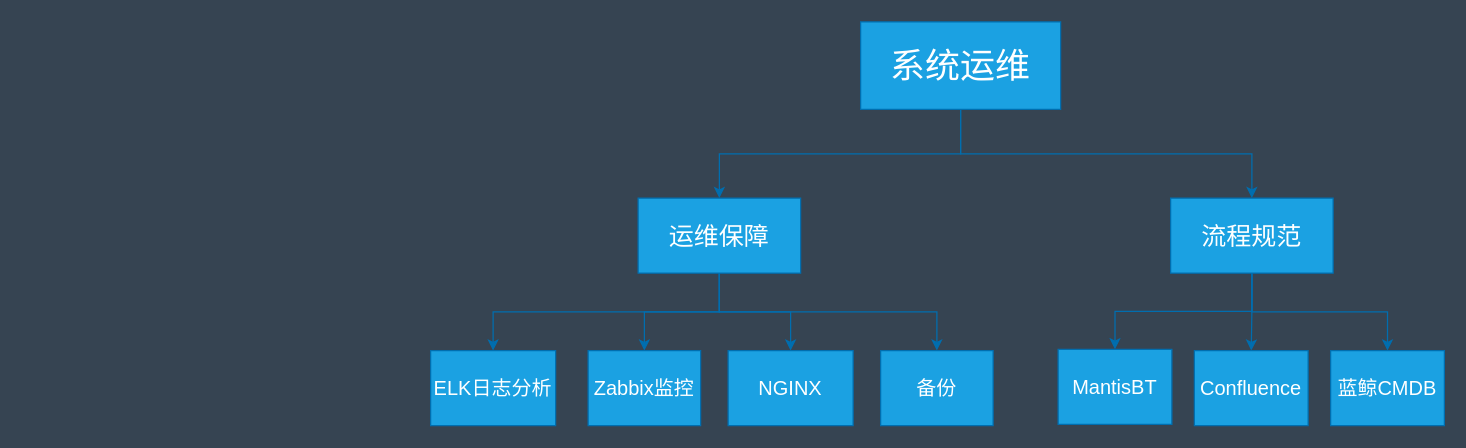
The draw.io diagram sccin_architecture.drawio in Qiwei-Ran/MyRepository, before the edit. Source tidied: cells renumbered, new cells numbered last; positions are measured from the earlier drawing's top-left corner, leaving out a move shared by most shapes. Both pictures are drawn from the tidied source at 125%, with x=0, y=0 at pixel (430, 21).
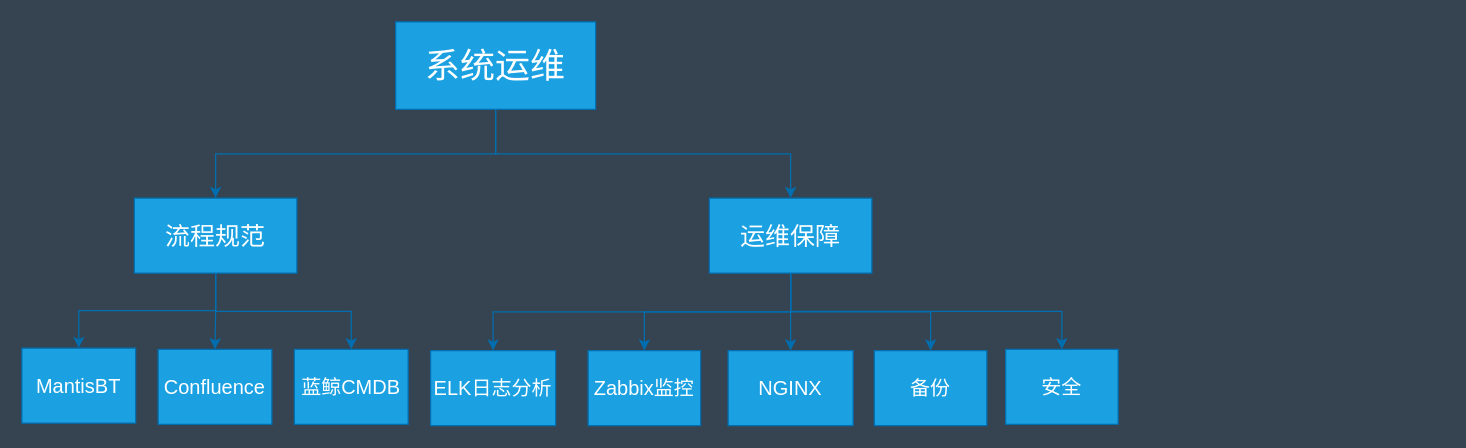
Above is the later version.

Change to the diagram source:
```diff
@@
     <mxCell id="4" value="&lt;font style=&quot;font-size: 28px&quot;&gt;系统运维&lt;/font&gt;" style="rounded=0;whiteSpace=wrap;html=1;fillColor=#1ba1e2;strokeColor=#006EAF;fontColor=#ffffff;" parent="1" vertex="1">
-      <mxGeometry x="344" width="160" height="70" as="geometry" />
+      <mxGeometry x="-28" width="160" height="70" as="geometry" />
     </mxCell>
@@
+    <mxCell id="21" style="edgeStyle=orthogonalEdgeStyle;rounded=0;jettySize=auto;html=1;exitX=0.5;exitY=1;exitDx=0;exitDy=0;fillColor=#1ba1e2;strokeColor=#006EAF;" parent="1" edge="1" source="9" target="22">
+      <mxGeometry relative="1" as="geometry" />
+    </mxCell>
     <mxCell id="9" value="&lt;font style=&quot;font-size: 20px&quot;&gt;运维保障&lt;/font&gt;" style="rounded=0;whiteSpace=wrap;html=1;fillColor=#1ba1e2;strokeColor=#006EAF;fontColor=#ffffff;" parent="1" vertex="1">
-      <mxGeometry x="166" y="141" width="130" height="60" as="geometry" />
+      <mxGeometry x="223" y="141" width="130" height="60" as="geometry" />
     </mxCell>
@@
     <mxCell id="13" value="&lt;font style=&quot;font-size: 20px&quot;&gt;流程规范&lt;/font&gt;" style="rounded=0;whiteSpace=wrap;html=1;fillColor=#1ba1e2;strokeColor=#006EAF;fontColor=#ffffff;" parent="1" vertex="1">
-      <mxGeometry x="592" y="141" width="130" height="60" as="geometry" />
+      <mxGeometry x="-237" y="141" width="130" height="60" as="geometry" />
     </mxCell>
@@
     <mxCell id="17" value="&lt;font style=&quot;font-size: 16px&quot;&gt;备份&lt;/font&gt;" style="rounded=0;whiteSpace=wrap;html=1;fillColor=#1ba1e2;strokeColor=#006EAF;fontColor=#ffffff;" parent="1" vertex="1">
-      <mxGeometry x="360" y="263" width="90" height="60" as="geometry" />
+      <mxGeometry x="355" y="263" width="90" height="60" as="geometry" />
     </mxCell>
     <mxCell id="18" value="&lt;font style=&quot;font-size: 16px&quot;&gt;MantisBT&lt;/font&gt;" style="rounded=0;whiteSpace=wrap;html=1;fillColor=#1ba1e2;strokeColor=#006EAF;fontColor=#ffffff;" parent="1" vertex="1">
-      <mxGeometry x="502" y="262" width="91" height="60" as="geometry" />
+      <mxGeometry x="-327" y="261" width="91" height="60" as="geometry" />
     </mxCell>
     <mxCell id="19" value="&lt;font style=&quot;font-size: 16px&quot;&gt;Confluence&lt;/font&gt;" style="rounded=0;whiteSpace=wrap;html=1;fillColor=#1ba1e2;strokeColor=#006EAF;fontColor=#ffffff;" parent="1" vertex="1">
-      <mxGeometry x="611" y="263" width="91" height="60" as="geometry" />
+      <mxGeometry x="-218" y="262" width="91" height="60" as="geometry" />
     </mxCell>
     <mxCell id="20" value="&lt;font style=&quot;font-size: 16px&quot;&gt;蓝鲸CMDB&lt;/font&gt;" style="rounded=0;whiteSpace=wrap;html=1;fillColor=#1ba1e2;strokeColor=#006EAF;fontColor=#ffffff;" parent="1" vertex="1">
-      <mxGeometry x="720" y="263" width="91" height="60" as="geometry" />
+      <mxGeometry x="-109" y="262" width="91" height="60" as="geometry" />
     </mxCell>
+    <mxCell id="22" value="&lt;font style=&quot;font-size: 16px&quot;&gt;安全&lt;/font&gt;" style="rounded=0;whiteSpace=wrap;html=1;fillColor=#1ba1e2;strokeColor=#006EAF;fontColor=#ffffff;" parent="1" vertex="1">
+      <mxGeometry x="460" y="262" width="90" height="60" as="geometry" />
+    </mxCell>
```
